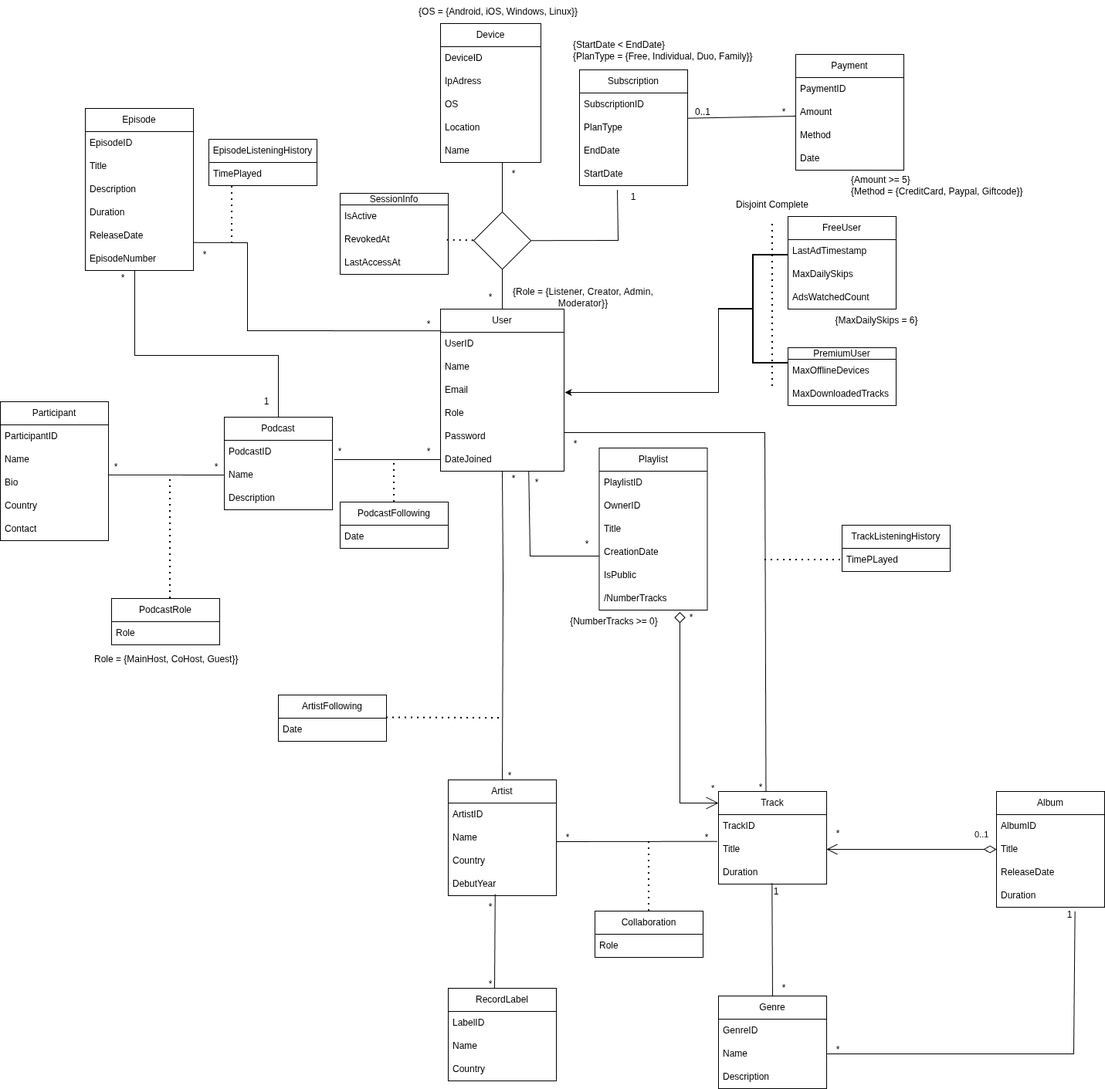
Earlier version of the draw.io export docs/images/conceptual-model.png (aishend/Streaming-Music-Service-SQLite-Database). Source tidied: cells renumbered, new cells last; positions are measured from the earlier drawing's top-left corner, leaving out a move shared by most shapes.
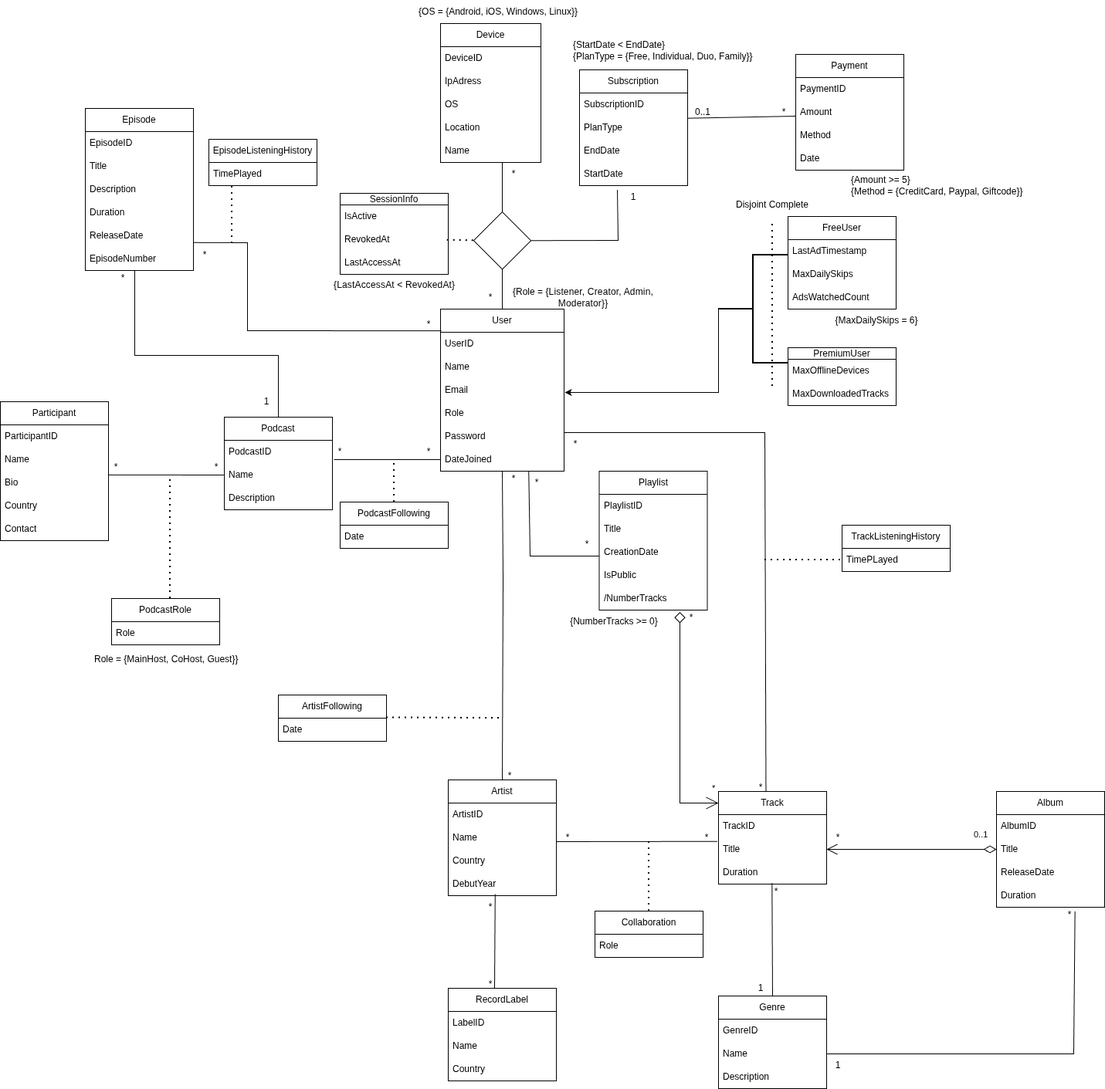
Above is the later version.

The edit, as a diff of the source:
```diff
@@ -143,25 +143,22 @@
       </mxGeometry>
     </mxCell>
     <mxCell id="46" value="Playlist" style="swimlane;fontStyle=0;horizontal=1;startSize=30;whiteSpace=wrap;html=1;" parent="1" vertex="1">
-      <mxGeometry x="775.5" y="580" width="140" height="210" as="geometry" />
+      <mxGeometry x="775.5" y="610" width="140" height="180" as="geometry" />
     </mxCell>
     <mxCell id="47" value="PlaylistID" style="text;strokeColor=none;fillColor=none;align=left;verticalAlign=middle;spacingLeft=4;spacingRight=4;overflow=hidden;whiteSpace=wrap;html=1;" parent="46" vertex="1">
       <mxGeometry y="30" width="140" height="30" as="geometry" />
     </mxCell>
-    <mxCell id="48" value="OwnerID" style="text;strokeColor=none;fillColor=none;align=left;verticalAlign=middle;spacingLeft=4;spacingRight=4;overflow=hidden;whiteSpace=wrap;html=1;" parent="46" vertex="1">
-      <mxGeometry y="60" width="140" height="30" as="geometry" />
-    </mxCell>
     <mxCell id="49" value="Title" style="text;strokeColor=none;fillColor=none;align=left;verticalAlign=middle;spacingLeft=4;spacingRight=4;overflow=hidden;whiteSpace=wrap;html=1;" parent="46" vertex="1">
-      <mxGeometry y="90" width="140" height="30" as="geometry" />
+      <mxGeometry y="60" width="140" height="30" as="geometry" />
     </mxCell>
     <mxCell id="50" value="CreationDate" style="text;strokeColor=none;fillColor=none;align=left;verticalAlign=middle;spacingLeft=4;spacingRight=4;overflow=hidden;whiteSpace=wrap;html=1;" parent="46" vertex="1">
-      <mxGeometry y="120" width="140" height="30" as="geometry" />
+      <mxGeometry y="90" width="140" height="30" as="geometry" />
     </mxCell>
     <mxCell id="51" value="IsPublic" style="text;strokeColor=none;fillColor=none;align=left;verticalAlign=middle;spacingLeft=4;spacingRight=4;overflow=hidden;whiteSpace=wrap;html=1;" parent="46" vertex="1">
-      <mxGeometry y="150" width="140" height="30" as="geometry" />
+      <mxGeometry y="120" width="140" height="30" as="geometry" />
     </mxCell>
     <mxCell id="52" value="/NumberTracks" style="text;strokeColor=none;fillColor=none;align=left;verticalAlign=middle;spacingLeft=4;spacingRight=4;overflow=hidden;whiteSpace=wrap;html=1;" parent="46" vertex="1">
-      <mxGeometry y="180" width="140" height="30" as="geometry" />
+      <mxGeometry y="150" width="140" height="30" as="geometry" />
     </mxCell>
     <mxCell id="53" style="endArrow=none;html=1;rounded=0;entryX=0;entryY=0.5;entryDx=0;entryDy=0;" parent="1" edge="1" target="8">
       <mxGeometry relative="1" as="geometry">
@@ -360,10 +357,7 @@
     <mxCell id="109" value="*" style="text;html=1;whiteSpace=wrap;strokeColor=none;fillColor=none;align=center;verticalAlign=middle;rounded=0;" parent="1" vertex="1">
       <mxGeometry x="645" y="1000" width="30" height="10" as="geometry" />
     </mxCell>
-    <mxCell id="110" value="*" style="text;html=1;whiteSpace=wrap;strokeColor=none;fillColor=none;align=center;verticalAlign=middle;rounded=0;" parent="1" vertex="1">
-      <mxGeometry x="1000" y="1270" width="30" height="20" as="geometry" />
-    </mxCell>
-    <mxCell id="111" value="1" style="text;html=1;whiteSpace=wrap;strokeColor=none;fillColor=none;align=center;verticalAlign=middle;rounded=0;" parent="1" vertex="1">
+    <mxCell id="111" value="*" style="text;html=1;whiteSpace=wrap;strokeColor=none;fillColor=none;align=center;verticalAlign=middle;rounded=0;" parent="1" vertex="1">
       <mxGeometry x="990" y="1145" width="30" height="20" as="geometry" />
     </mxCell>
     <mxCell id="112" style="endArrow=none;html=1;rounded=0;exitX=0.5;exitY=0;exitDx=0;exitDy=0;entryX=1;entryY=0;entryDx=0;entryDy=0;" parent="1" edge="1" source="55" target="115">
@@ -374,10 +368,10 @@
         </Array>
       </mxGeometry>
     </mxCell>
-    <mxCell id="113" value="*" style="text;html=1;whiteSpace=wrap;strokeColor=none;fillColor=none;align=center;verticalAlign=middle;rounded=0;" parent="1" vertex="1">
-      <mxGeometry x="1070" y="1350" width="30" height="20" as="geometry" />
+    <mxCell id="113" value="1" style="text;html=1;whiteSpace=wrap;strokeColor=none;fillColor=none;align=center;verticalAlign=middle;rounded=0;" parent="1" vertex="1">
+      <mxGeometry x="1070" y="1370" width="30" height="20" as="geometry" />
     </mxCell>
-    <mxCell id="114" value="1" style="text;html=1;whiteSpace=wrap;strokeColor=none;fillColor=none;align=center;verticalAlign=middle;rounded=0;" parent="1" vertex="1">
+    <mxCell id="114" value="*" style="text;html=1;whiteSpace=wrap;strokeColor=none;fillColor=none;align=center;verticalAlign=middle;rounded=0;" parent="1" vertex="1">
       <mxGeometry x="1370" y="1175" width="30" height="20" as="geometry" />
     </mxCell>
     <mxCell id="115" value="*" style="text;html=1;whiteSpace=wrap;strokeColor=none;fillColor=none;align=center;verticalAlign=middle;rounded=0;" parent="1" vertex="1">
@@ -448,7 +442,7 @@
       </mxGeometry>
     </mxCell>
     <mxCell id="131" value="*" style="text;html=1;whiteSpace=wrap;strokeColor=none;fillColor=none;align=center;verticalAlign=middle;rounded=0;" parent="1" vertex="1">
-      <mxGeometry x="1070" y="1070" width="30" height="20" as="geometry" />
+      <mxGeometry x="1070" y="1075" width="30" height="20" as="geometry" />
     </mxCell>
     <mxCell id="132" value="0..1" style="text;html=1;whiteSpace=wrap;strokeColor=none;fillColor=none;align=center;verticalAlign=middle;rounded=0;" parent="1" vertex="1">
       <mxGeometry x="880" y="130" width="60" height="30" as="geometry" />
@@ -548,5 +542,11 @@
         <mxPoint x="220" y="620" as="targetPoint" />
       </mxGeometry>
     </mxCell>
+    <mxCell id="159" value="1" style="text;html=1;whiteSpace=wrap;strokeColor=none;fillColor=none;align=center;verticalAlign=middle;rounded=0;" parent="1" vertex="1">
+      <mxGeometry x="970" y="1270" width="30" height="20" as="geometry" />
+    </mxCell>
+    <mxCell id="160" value="&lt;span style=&quot;forced-color-adjust: none; color: inherit; font-family: inherit; font-size: inherit; font-style: normal; font-variant-caps: normal; font-weight: inherit; orphans: 2; text-indent: 0px; text-transform: none; widows: 2; word-spacing: 0px; -webkit-text-stroke-width: 0px; white-space: normal; background-color: transparent; text-decoration-thickness: initial; text-decoration-style: initial; text-decoration-color: initial; font-variant-ligatures: none; letter-spacing: 0.16px; text-align: start; caret-color: oklch(0.7428 0.131 255.75); box-shadow: none !important;&quot;&gt;{LastAccessAt &amp;lt; RevokedAt&lt;/span&gt;&lt;span style=&quot;forced-color-adjust: none; box-shadow: none !important; color: light-dark(rgb(0, 0, 0), rgb(255, 255, 255)); font-family: Helvetica; font-size: 12px; font-style: normal; font-variant-ligatures: normal; font-variant-caps: normal; font-weight: 400; letter-spacing: normal; orphans: 2; text-align: center; text-indent: 0px; text-transform: none; widows: 2; word-spacing: 0px; -webkit-text-stroke-width: 0px; white-space: normal; background-color: transparent; text-decoration-thickness: initial; text-decoration-style: initial; text-decoration-color: initial;&quot;&gt;}&lt;/span&gt;" style="text;whiteSpace=wrap;html=1;" parent="1" vertex="1">
+      <mxGeometry x="430" y="355" width="170" height="40" as="geometry" />
+    </mxCell>
   </root>
 </mxGraphModel>
```
